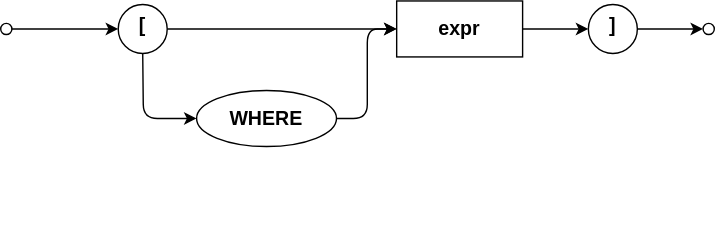
capire/docs keeps this draw.io diagram as assets/cxl/infix-filter.drawio.svg. Above is the earlier version. Source tidied: cells renumbered, new cells last; positions are measured from the earlier drawing's top-left corner, leaving out a move shared by most shapes.
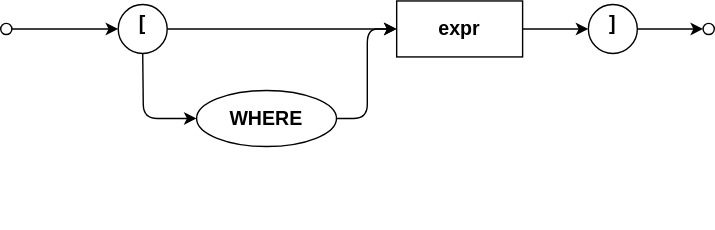
The same diagram one commit later.

The edit, as a diff of the source:
```diff
@@ -20,13 +20,13 @@
     <mxCell id="7" style="edgeStyle=none;html=1;strokeWidth=1;verticalAlign=middle;align=center;fontStyle=1;fontSize=14;" parent="1" edge="1" source="8" target="12">
       <mxGeometry relative="1" as="geometry" />
     </mxCell>
-    <mxCell id="8" value="[" style="ellipse;whiteSpace=wrap;html=1;fontStyle=1;fontSize=14;verticalAlign=middle;spacingBottom=4;strokeWidth=1;align=center;" parent="1" vertex="1">
+    <mxCell id="8" value="[" style="ellipse;whiteSpace=wrap;html=1;fontStyle=1;fontSize=14;verticalAlign=top;spacingBottom=4;strokeWidth=1;align=center;spacing=0;" parent="1" vertex="1">
       <mxGeometry x="84" y="2.5" width="35" height="35" as="geometry" />
     </mxCell>
     <mxCell id="9" style="edgeStyle=none;html=1;strokeWidth=1;verticalAlign=middle;align=center;fontStyle=1;fontSize=14;" parent="1" edge="1" source="10" target="6">
       <mxGeometry relative="1" as="geometry" />
     </mxCell>
-    <mxCell id="10" value="]" style="ellipse;whiteSpace=wrap;html=1;fontStyle=1;fontSize=14;verticalAlign=middle;spacingBottom=4;strokeWidth=1;align=center;" parent="1" vertex="1">
+    <mxCell id="10" value="]" style="ellipse;whiteSpace=wrap;html=1;fontStyle=1;fontSize=14;verticalAlign=top;spacingBottom=4;strokeWidth=1;align=center;spacing=0;" parent="1" vertex="1">
       <mxGeometry x="420" y="2.5" width="35" height="35" as="geometry" />
     </mxCell>
     <mxCell id="11" style="edgeStyle=none;html=1;strokeWidth=1;verticalAlign=middle;align=center;fontStyle=1;fontSize=14;" parent="1" edge="1" source="12" target="10">
```
